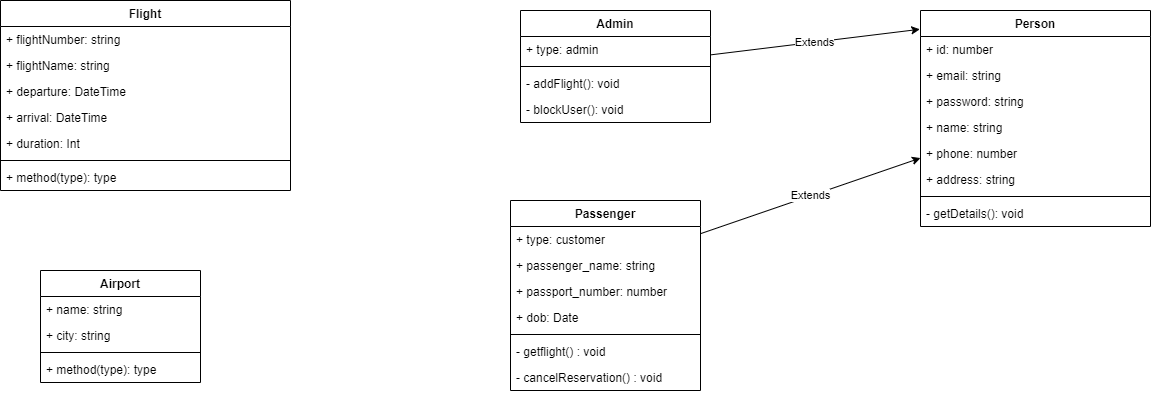
Ayu-Github07/Assignments keeps this draw.io diagram as Java Core 11/AirlineReservationSystem.drawio.drawio.png. Above is the earlier version. Source tidied: cells renumbered, new cells last; positions are measured from the earlier drawing's top-left corner, leaving out a move shared by most shapes.
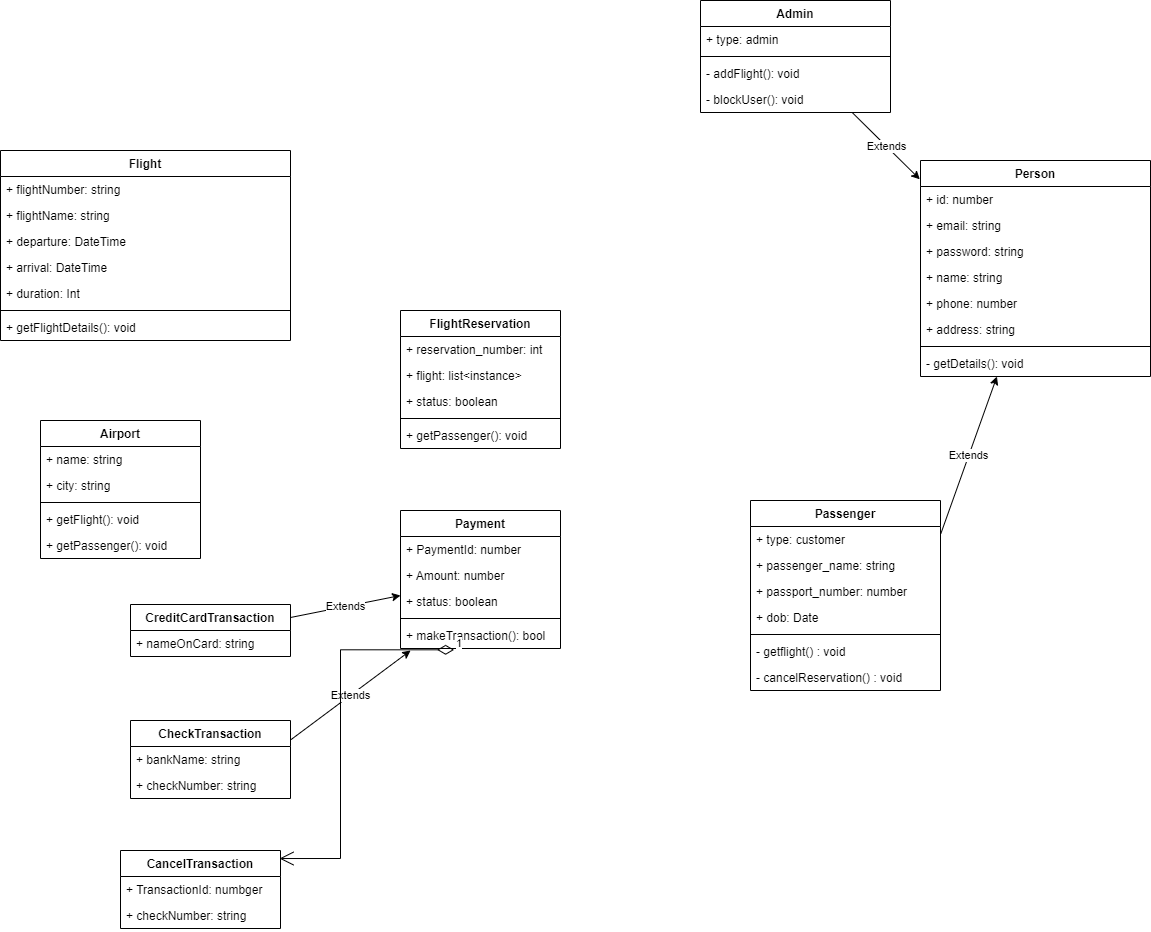
The same file after the commit.

Change to the diagram source:
```diff
@@ -30,7 +30,7 @@
       <mxGeometry y="190" width="230" height="26" as="geometry" />
     </mxCell>
     <mxCell id="11" value="Admin" style="swimlane;fontStyle=1;align=center;verticalAlign=top;horizontal=1;startSize=26;" parent="1" vertex="1">
-      <mxGeometry x="520" y="10" width="190" height="112" as="geometry" />
+      <mxGeometry x="700" y="-150" width="190" height="112" as="geometry" />
     </mxCell>
     <mxCell id="12" value="+ type: admin" style="text;strokeColor=none;fillColor=none;align=left;verticalAlign=top;spacingLeft=4;spacingRight=4;overflow=hidden;" parent="11" vertex="1">
       <mxGeometry y="26" width="190" height="26" as="geometry" />
@@ -48,7 +48,7 @@
       <mxGeometry relative="1" as="geometry" />
     </mxCell>
     <mxCell id="17" value="Passenger" style="swimlane;fontStyle=1;align=center;verticalAlign=top;horizontal=1;startSize=26;" parent="1" vertex="1">
-      <mxGeometry x="510" y="200" width="190" height="190" as="geometry" />
+      <mxGeometry x="750" y="350" width="190" height="190" as="geometry" />
     </mxCell>
     <mxCell id="18" value="+ type: customer" style="text;strokeColor=none;fillColor=none;align=left;verticalAlign=top;spacingLeft=4;spacingRight=4;overflow=hidden;" parent="17" vertex="1">
       <mxGeometry y="26" width="190" height="26" as="geometry" />
@@ -95,11 +95,11 @@
     <mxCell id="32" style="line;strokeWidth=1;fillColor=none;align=left;verticalAlign=middle;spacingTop=-1;spacingLeft=3;spacingRight=3;labelPosition=right;" parent="26" vertex="1">
       <mxGeometry y="156" width="290" height="8" as="geometry" />
     </mxCell>
-    <mxCell id="33" value="+ method(type): type" style="text;strokeColor=none;fillColor=none;align=left;verticalAlign=top;spacingLeft=4;spacingRight=4;overflow=hidden;" parent="26" vertex="1">
+    <mxCell id="33" value="+ getFlightDetails(): void" style="text;strokeColor=none;fillColor=none;align=left;verticalAlign=top;spacingLeft=4;spacingRight=4;overflow=hidden;" parent="26" vertex="1">
       <mxGeometry y="164" width="290" height="26" as="geometry" />
     </mxCell>
     <mxCell id="34" value="Airport" style="swimlane;fontStyle=1;align=center;verticalAlign=top;horizontal=1;startSize=26;" parent="1" vertex="1">
-      <mxGeometry x="40" y="270" width="160" height="112" as="geometry" />
+      <mxGeometry x="40" y="270" width="160" height="138" as="geometry" />
     </mxCell>
     <mxCell id="35" value="+ name: string" style="text;strokeColor=none;fillColor=none;align=left;verticalAlign=top;spacingLeft=4;spacingRight=4;overflow=hidden;" parent="34" vertex="1">
       <mxGeometry y="26" width="160" height="26" as="geometry" />
@@ -110,8 +110,80 @@
     <mxCell id="37" style="line;strokeWidth=1;fillColor=none;align=left;verticalAlign=middle;spacingTop=-1;spacingLeft=3;spacingRight=3;labelPosition=right;" parent="34" vertex="1">
       <mxGeometry y="78" width="160" height="8" as="geometry" />
     </mxCell>
-    <mxCell id="38" value="+ method(type): type" style="text;strokeColor=none;fillColor=none;align=left;verticalAlign=top;spacingLeft=4;spacingRight=4;overflow=hidden;" parent="34" vertex="1">
+    <mxCell id="38" value="+ getFlight(): void" style="text;strokeColor=none;fillColor=none;align=left;verticalAlign=top;spacingLeft=4;spacingRight=4;overflow=hidden;" parent="34" vertex="1">
       <mxGeometry y="86" width="160" height="26" as="geometry" />
     </mxCell>
+    <mxCell id="39" value="+ getPassenger(): void" style="text;strokeColor=none;fillColor=none;align=left;verticalAlign=top;spacingLeft=4;spacingRight=4;overflow=hidden;" parent="34" vertex="1">
+      <mxGeometry y="112" width="160" height="26" as="geometry" />
+    </mxCell>
+    <mxCell id="40" value="FlightReservation" style="swimlane;fontStyle=1;align=center;verticalAlign=top;horizontal=1;startSize=26;" parent="1" vertex="1">
+      <mxGeometry x="400" y="160" width="160" height="138" as="geometry" />
+    </mxCell>
+    <mxCell id="41" value="+ reservation_number: int" style="text;strokeColor=none;fillColor=none;align=left;verticalAlign=top;spacingLeft=4;spacingRight=4;overflow=hidden;" parent="40" vertex="1">
+      <mxGeometry y="26" width="160" height="26" as="geometry" />
+    </mxCell>
+    <mxCell id="42" value="+ flight: list&lt;instance&gt;" style="text;strokeColor=none;fillColor=none;align=left;verticalAlign=top;spacingLeft=4;spacingRight=4;overflow=hidden;" parent="40" vertex="1">
+      <mxGeometry y="52" width="160" height="26" as="geometry" />
+    </mxCell>
+    <mxCell id="43" value="+ status: boolean" style="text;strokeColor=none;fillColor=none;align=left;verticalAlign=top;spacingLeft=4;spacingRight=4;overflow=hidden;" parent="40" vertex="1">
+      <mxGeometry y="78" width="160" height="26" as="geometry" />
+    </mxCell>
+    <mxCell id="44" style="line;strokeWidth=1;fillColor=none;align=left;verticalAlign=middle;spacingTop=-1;spacingLeft=3;spacingRight=3;labelPosition=right;" parent="40" vertex="1">
+      <mxGeometry y="104" width="160" height="8" as="geometry" />
+    </mxCell>
+    <mxCell id="45" value="+ getPassenger(): void" style="text;strokeColor=none;fillColor=none;align=left;verticalAlign=top;spacingLeft=4;spacingRight=4;overflow=hidden;" parent="40" vertex="1">
+      <mxGeometry y="112" width="160" height="26" as="geometry" />
+    </mxCell>
+    <mxCell id="46" value="Payment" style="swimlane;fontStyle=1;align=center;verticalAlign=top;horizontal=1;startSize=26;" parent="1" vertex="1">
+      <mxGeometry x="400" y="360" width="160" height="138" as="geometry" />
+    </mxCell>
+    <mxCell id="47" value="+ PaymentId: number" style="text;strokeColor=none;fillColor=none;align=left;verticalAlign=top;spacingLeft=4;spacingRight=4;overflow=hidden;" parent="46" vertex="1">
+      <mxGeometry y="26" width="160" height="26" as="geometry" />
+    </mxCell>
+    <mxCell id="48" value="+ Amount: number" style="text;strokeColor=none;fillColor=none;align=left;verticalAlign=top;spacingLeft=4;spacingRight=4;overflow=hidden;" parent="46" vertex="1">
+      <mxGeometry y="52" width="160" height="26" as="geometry" />
+    </mxCell>
+    <mxCell id="49" value="+ status: boolean" style="text;strokeColor=none;fillColor=none;align=left;verticalAlign=top;spacingLeft=4;spacingRight=4;overflow=hidden;" parent="46" vertex="1">
+      <mxGeometry y="78" width="160" height="26" as="geometry" />
+    </mxCell>
+    <mxCell id="50" style="line;strokeWidth=1;fillColor=none;align=left;verticalAlign=middle;spacingTop=-1;spacingLeft=3;spacingRight=3;labelPosition=right;" parent="46" vertex="1">
+      <mxGeometry y="104" width="160" height="8" as="geometry" />
+    </mxCell>
+    <mxCell id="51" value="+ makeTransaction(): bool" style="text;strokeColor=none;fillColor=none;align=left;verticalAlign=top;spacingLeft=4;spacingRight=4;overflow=hidden;points=[[0,0.5],[1,0.5]];portConstraint=eastwest;" parent="46" vertex="1">
+      <mxGeometry y="112" width="160" height="26" as="geometry" />
+    </mxCell>
+    <mxCell id="52" value="CreditCardTransaction" style="swimlane;fontStyle=1;align=center;verticalAlign=top;horizontal=1;startSize=26;" parent="1" vertex="1">
+      <mxGeometry x="130" y="454" width="160" height="52" as="geometry" />
+    </mxCell>
+    <mxCell id="53" value="+ nameOnCard: string" style="text;strokeColor=none;fillColor=none;align=left;verticalAlign=top;spacingLeft=4;spacingRight=4;overflow=hidden;" parent="52" vertex="1">
+      <mxGeometry y="26" width="160" height="26" as="geometry" />
+    </mxCell>
+    <mxCell id="54" value="CheckTransaction" style="swimlane;fontStyle=1;align=center;verticalAlign=top;horizontal=1;startSize=26;" parent="1" vertex="1">
+      <mxGeometry x="130" y="570" width="160" height="78" as="geometry" />
+    </mxCell>
+    <mxCell id="55" value="+ bankName: string" style="text;strokeColor=none;fillColor=none;align=left;verticalAlign=top;spacingLeft=4;spacingRight=4;overflow=hidden;" parent="54" vertex="1">
+      <mxGeometry y="26" width="160" height="26" as="geometry" />
+    </mxCell>
+    <mxCell id="56" value="+ checkNumber: string" style="text;strokeColor=none;fillColor=none;align=left;verticalAlign=top;spacingLeft=4;spacingRight=4;overflow=hidden;" parent="54" vertex="1">
+      <mxGeometry y="52" width="160" height="26" as="geometry" />
+    </mxCell>
+    <mxCell id="57" value="CancelTransaction" style="swimlane;fontStyle=1;align=center;verticalAlign=top;horizontal=1;startSize=26;" parent="1" vertex="1">
+      <mxGeometry x="120" y="700" width="160" height="78" as="geometry" />
+    </mxCell>
+    <mxCell id="58" value="+ TransactionId: numbger" style="text;strokeColor=none;fillColor=none;align=left;verticalAlign=top;spacingLeft=4;spacingRight=4;overflow=hidden;" parent="57" vertex="1">
+      <mxGeometry y="26" width="160" height="26" as="geometry" />
+    </mxCell>
+    <mxCell id="59" value="+ checkNumber: string" style="text;strokeColor=none;fillColor=none;align=left;verticalAlign=top;spacingLeft=4;spacingRight=4;overflow=hidden;" parent="57" vertex="1">
+      <mxGeometry y="52" width="160" height="26" as="geometry" />
+    </mxCell>
+    <mxCell id="60" value="Extends" style="endArrow=classic;html=1;rounded=0;exitX=1;exitY=0.25;exitDx=0;exitDy=0;" parent="1" edge="1" source="52" target="46">
+      <mxGeometry relative="1" as="geometry" />
+    </mxCell>
+    <mxCell id="61" value="Extends" style="endArrow=classic;html=1;rounded=0;exitX=1;exitY=0.25;exitDx=0;exitDy=0;entryX=0.063;entryY=1.077;entryDx=0;entryDy=0;entryPerimeter=0;" parent="1" edge="1" source="54" target="51">
+      <mxGeometry relative="1" as="geometry" />
+    </mxCell>
+    <mxCell id="62" value="1" style="endArrow=open;html=1;endSize=12;startArrow=diamondThin;startSize=14;startFill=0;edgeStyle=orthogonalEdgeStyle;align=left;verticalAlign=bottom;rounded=0;entryX=0.994;entryY=0.103;entryDx=0;entryDy=0;entryPerimeter=0;exitX=0.335;exitY=1.051;exitDx=0;exitDy=0;exitPerimeter=0;" parent="1" edge="1" source="51" target="57">
+      <mxGeometry x="-1" y="3" relative="1" as="geometry" />
+    </mxCell>
   </root>
 </mxGraphModel>
```
